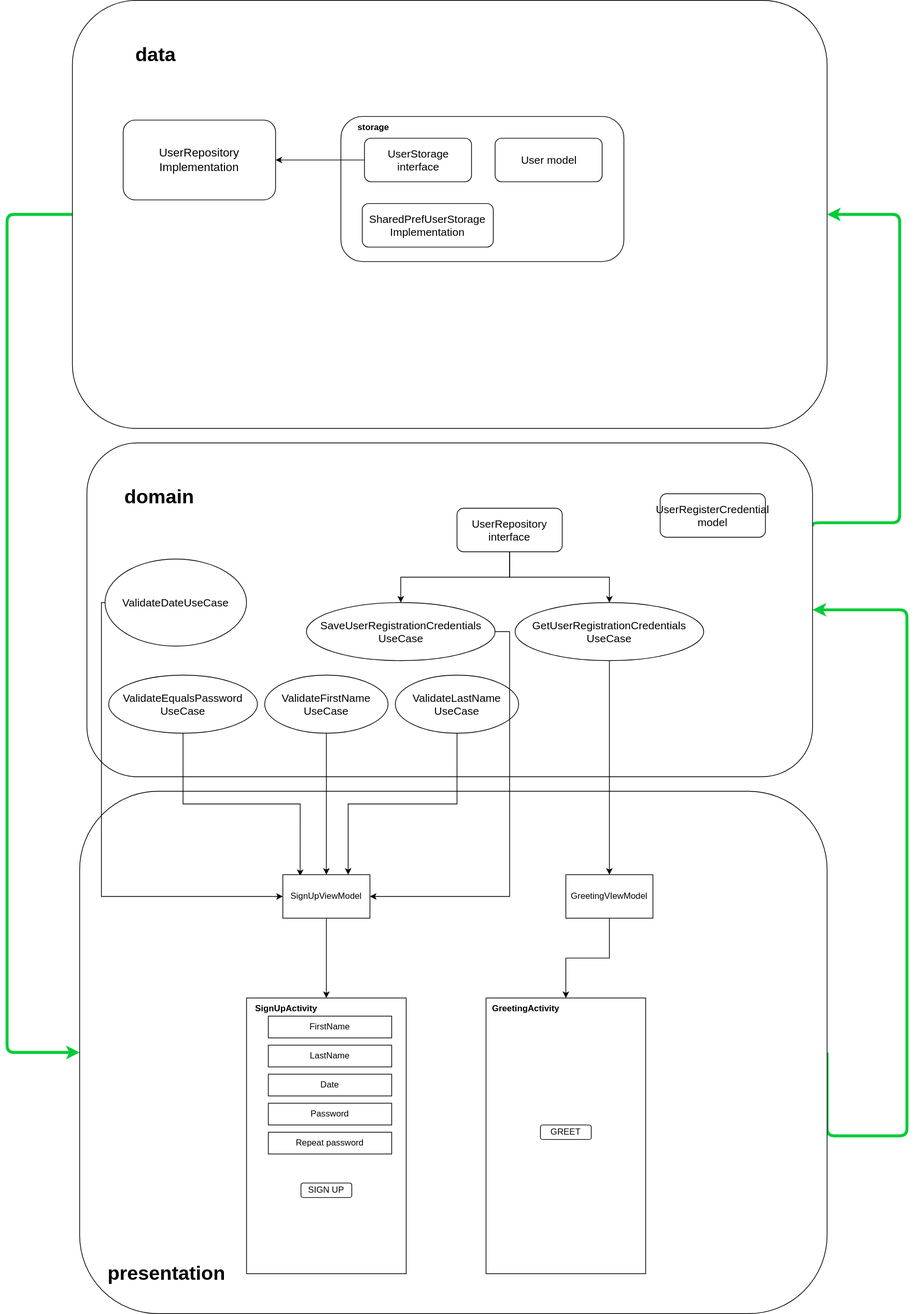
Before: architecture.svg, a diagram exported from draw.io (CandyRubik/SHIFT). Source tidied: cells renumbered, new cells last; positions are measured from the earlier drawing's top-left corner, leaving out a move shared by most shapes.
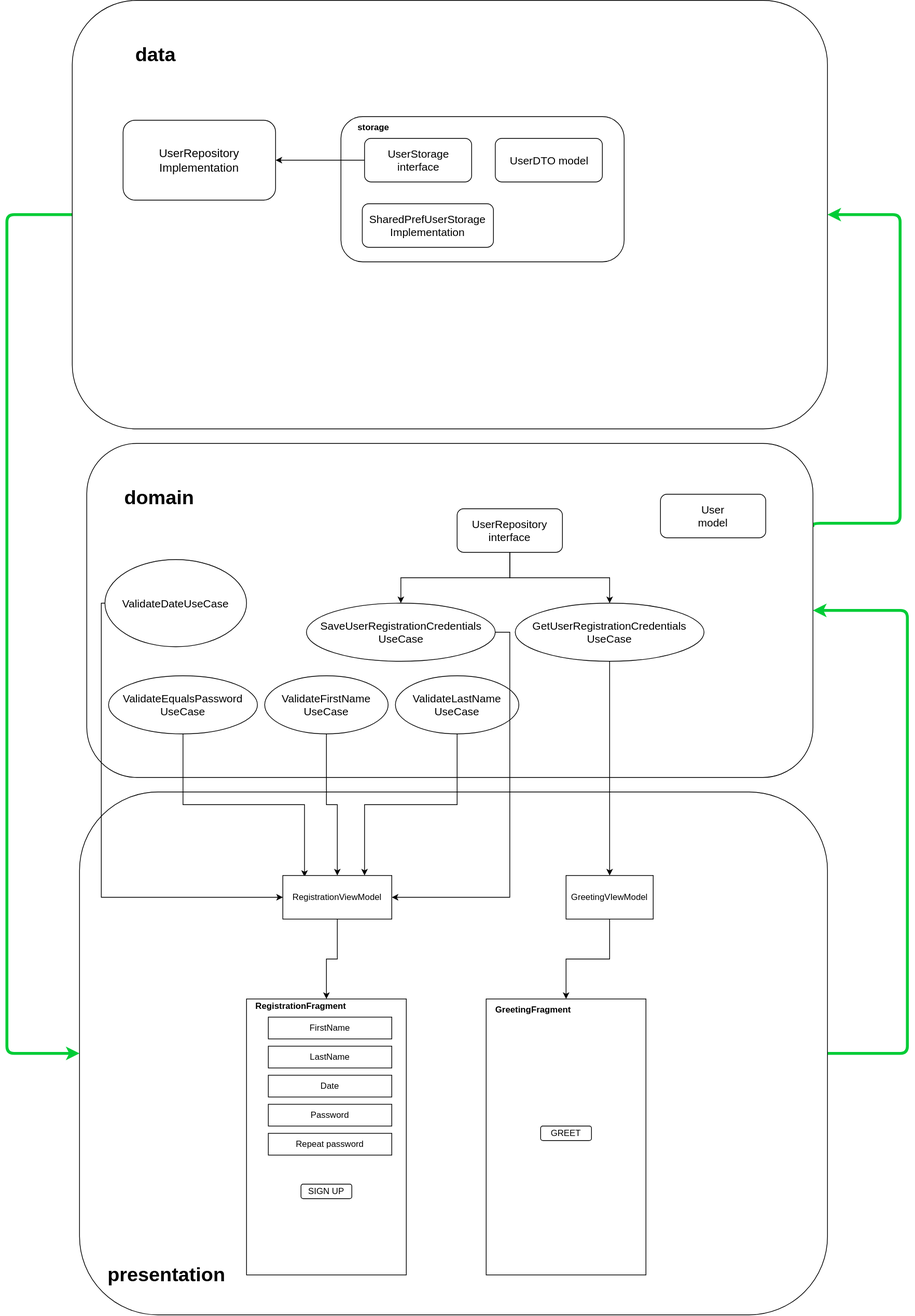
The same diagram one commit later.

Diff of the diagram source:
```diff
@@ -5,7 +5,7 @@
     <mxCell id="2" style="edgeStyle=orthogonalEdgeStyle;rounded=1;jettySize=auto;html=1;entryX=1;entryY=0.5;entryDx=0;entryDy=0;exitX=1;exitY=0.5;exitDx=0;exitDy=0;strokeColor=#00CC36;strokeWidth=4;" parent="1" edge="1" source="3" target="6">
       <mxGeometry relative="1" as="geometry">
         <Array as="points">
-          <mxPoint x="1240" y="1565" />
+          <mxPoint x="1240" y="1450" />
           <mxPoint x="1240" y="840" />
         </Array>
       </mxGeometry>
@@ -66,11 +66,11 @@
     <mxCell id="17" value="Repeat password" style="rounded=0;whiteSpace=wrap;html=1;" parent="1" vertex="1">
       <mxGeometry x="360" y="1560" width="170" height="30" as="geometry" />
     </mxCell>
-    <mxCell id="18" value="&lt;b&gt;SignUpActivity&lt;/b&gt;" style="text;html=1;strokeColor=none;fillColor=none;align=center;verticalAlign=middle;whiteSpace=wrap;rounded=0;" parent="1" vertex="1">
-      <mxGeometry x="360" y="1375" width="50" height="30" as="geometry" />
+    <mxCell id="18" value="&lt;b&gt;RegistrationFragment&lt;/b&gt;" style="text;html=1;strokeColor=none;fillColor=none;align=center;verticalAlign=middle;whiteSpace=wrap;rounded=0;" parent="1" vertex="1">
+      <mxGeometry x="380" y="1370" width="50" height="30" as="geometry" />
     </mxCell>
-    <mxCell id="19" value="&lt;b&gt;GreetingActivity&lt;/b&gt;" style="text;html=1;strokeColor=none;fillColor=none;align=center;verticalAlign=middle;whiteSpace=wrap;rounded=0;" parent="1" vertex="1">
-      <mxGeometry x="690" y="1375" width="50" height="30" as="geometry" />
+    <mxCell id="19" value="&lt;b&gt;GreetingFragment&lt;br&gt;&lt;/b&gt;" style="text;html=1;strokeColor=none;fillColor=none;align=center;verticalAlign=middle;whiteSpace=wrap;rounded=0;" parent="1" vertex="1">
+      <mxGeometry x="700" y="1375" width="50" height="30" as="geometry" />
     </mxCell>
     <mxCell id="20" value="SIGN UP" style="rounded=1;whiteSpace=wrap;html=1;" parent="1" vertex="1">
       <mxGeometry x="405" y="1630" width="70" height="20" as="geometry" />
@@ -110,7 +110,7 @@
     <mxCell id="30" value="&lt;font style=&quot;font-size: 16px&quot;&gt;UserRepository&lt;br&gt;Implementation&lt;/font&gt;" style="rounded=1;whiteSpace=wrap;html=1;" parent="1" vertex="1">
       <mxGeometry x="160" y="165" width="210" height="110" as="geometry" />
     </mxCell>
-    <mxCell id="31" value="&lt;font style=&quot;font-size: 15px&quot;&gt;UserRegisterCredential&lt;br&gt;model&lt;/font&gt;" style="rounded=1;whiteSpace=wrap;html=1;" parent="1" vertex="1">
+    <mxCell id="31" value="&lt;font style=&quot;font-size: 15px&quot;&gt;User&lt;br&gt;model&lt;/font&gt;" style="rounded=1;whiteSpace=wrap;html=1;" parent="1" vertex="1">
       <mxGeometry x="900" y="680" width="145" height="60" as="geometry" />
     </mxCell>
     <mxCell id="32" style="edgeStyle=orthogonalEdgeStyle;rounded=0;jettySize=auto;html=1;" parent="1" edge="1" source="34" target="36">
@@ -149,14 +149,14 @@
     <mxCell id="43" value="&lt;b&gt;storage&lt;/b&gt;" style="text;html=1;strokeColor=none;fillColor=none;align=center;verticalAlign=middle;whiteSpace=wrap;rounded=0;glass=0;" parent="1" vertex="1">
       <mxGeometry x="475" y="160" width="60" height="30" as="geometry" />
     </mxCell>
-    <mxCell id="44" value="&lt;font style=&quot;font-size: 15px&quot;&gt;User&amp;nbsp;model&lt;/font&gt;" style="rounded=1;whiteSpace=wrap;html=1;" parent="1" vertex="1">
+    <mxCell id="44" value="&lt;font style=&quot;font-size: 15px&quot;&gt;UserDTO model&lt;/font&gt;" style="rounded=1;whiteSpace=wrap;html=1;" parent="1" vertex="1">
       <mxGeometry x="672.5" y="190" width="147.5" height="60" as="geometry" />
     </mxCell>
     <mxCell id="45" style="edgeStyle=orthogonalEdgeStyle;rounded=0;jettySize=auto;html=1;entryX=0.5;entryY=0;entryDx=0;entryDy=0;" parent="1" edge="1" source="46" target="11">
       <mxGeometry relative="1" as="geometry" />
     </mxCell>
-    <mxCell id="46" value="SignUpViewModel" style="rounded=0;whiteSpace=wrap;html=1;" parent="1" vertex="1">
-      <mxGeometry x="380" y="1205" width="120" height="60" as="geometry" />
+    <mxCell id="46" value="RegistrationViewModel" style="rounded=0;whiteSpace=wrap;html=1;" parent="1" vertex="1">
+      <mxGeometry x="380" y="1205" width="150" height="60" as="geometry" />
     </mxCell>
     <mxCell id="47" style="edgeStyle=orthogonalEdgeStyle;rounded=0;jettySize=auto;html=1;exitX=0.5;exitY=1;exitDx=0;exitDy=0;entryX=0.5;entryY=0;entryDx=0;entryDy=0;" parent="1" edge="1" source="48" target="12">
       <mxGeometry relative="1" as="geometry" />
```
